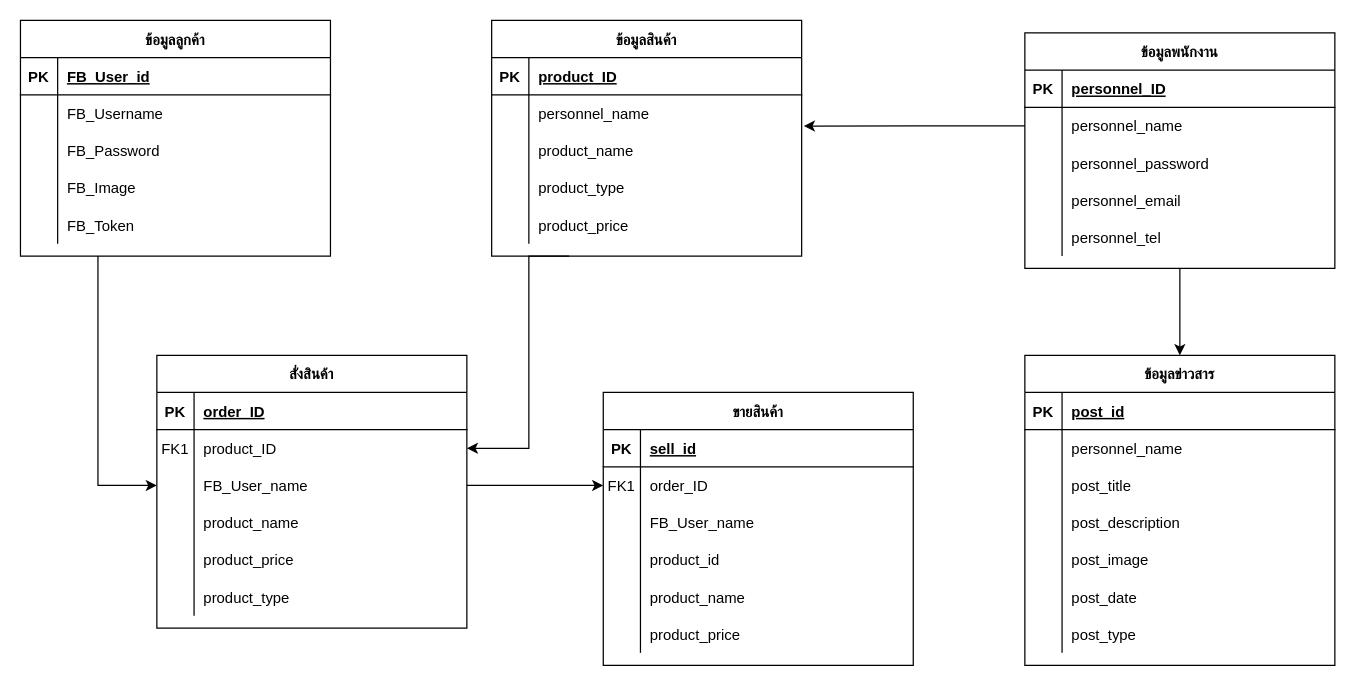
This is ER-DG.drawio from xX-AULGZ-Xx/error.github.io, a draw.io file, before an edit. Source tidied: cells renumbered, new cells numbered last; positions are measured from the earlier drawing's top-left corner, leaving out a move shared by most shapes. Both pictures are drawn from the tidied source at 124%, with x=0, y=0 at pixel (20, 20).
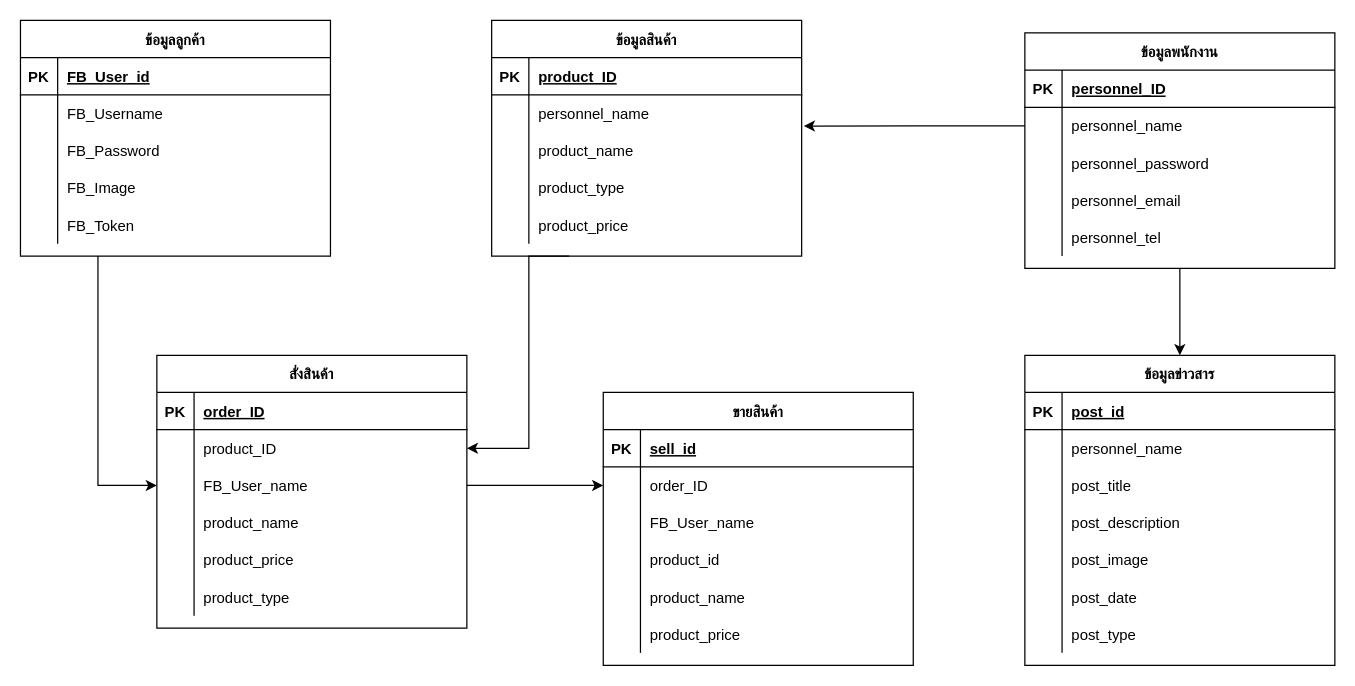
The same diagram, later.

Unchanged cells that the change refers to:
```xml
<mxCell id="79" style="shape=partialRectangle;fillColor=none;points=[[0,0.5],[1,0.5]];portConstraint=eastwest;top=0;left=0;right=0;bottom=0;" parent="75" vertex="1">
  <mxGeometry y="60" width="250" height="30" as="geometry" />
</mxCell>
<mxCell id="98" style="shape=partialRectangle;fillColor=none;points=[[0,0.5],[1,0.5]];portConstraint=eastwest;top=0;left=0;right=0;bottom=0;" parent="94" vertex="1">
  <mxGeometry y="60" width="250" height="30" as="geometry" />
</mxCell>
```

The edit, as a diff of the source:
```diff
@@
-    <mxCell id="80" value="FK1" style="shape=partialRectangle;overflow=hidden;fillColor=none;top=0;left=0;bottom=0;right=0;" parent="79" vertex="1">
+    <mxCell id="80" value=" " style="shape=partialRectangle;overflow=hidden;fillColor=none;top=0;left=0;bottom=0;right=0;" parent="79" vertex="1">
       <mxGeometry width="30" height="30" as="geometry" />
     </mxCell>
@@
-    <mxCell id="99" value="FK1" style="shape=partialRectangle;overflow=hidden;fillColor=none;top=0;left=0;bottom=0;right=0;" parent="98" vertex="1">
+    <mxCell id="99" style="shape=partialRectangle;overflow=hidden;fillColor=none;top=0;left=0;bottom=0;right=0;" parent="98" vertex="1">
       <mxGeometry width="30" height="30" as="geometry" />
     </mxCell>
```
